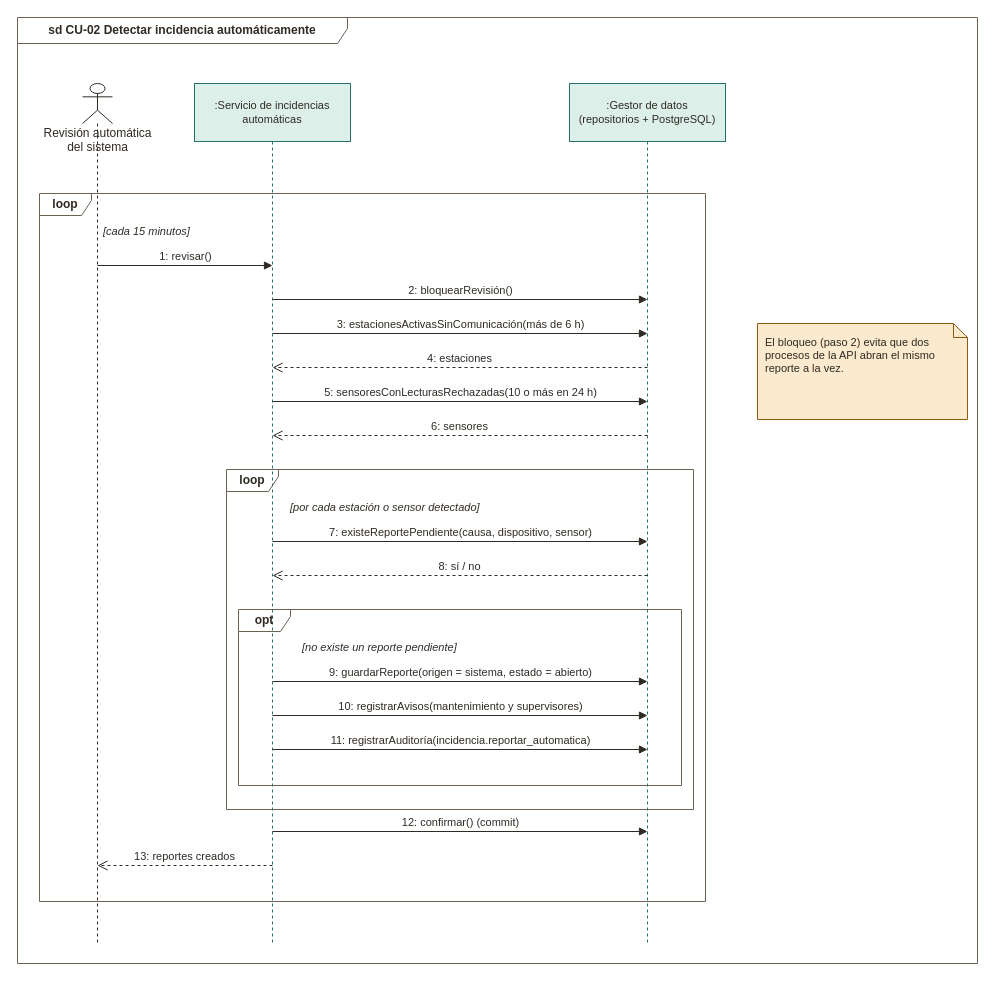
Above: page "CU-02 · Secuencia" (4 of 18) of docs/diagramas/procesos.drawio in ruper932/integrador (draw.io), before the change. Source tidied: cells renumbered, new cells numbered last; positions are measured from the earlier drawing's top-left corner, leaving out a move shared by most shapes. Both pictures are drawn from the tidied source at 100%, with x=0, y=0 at pixel (17, 17).
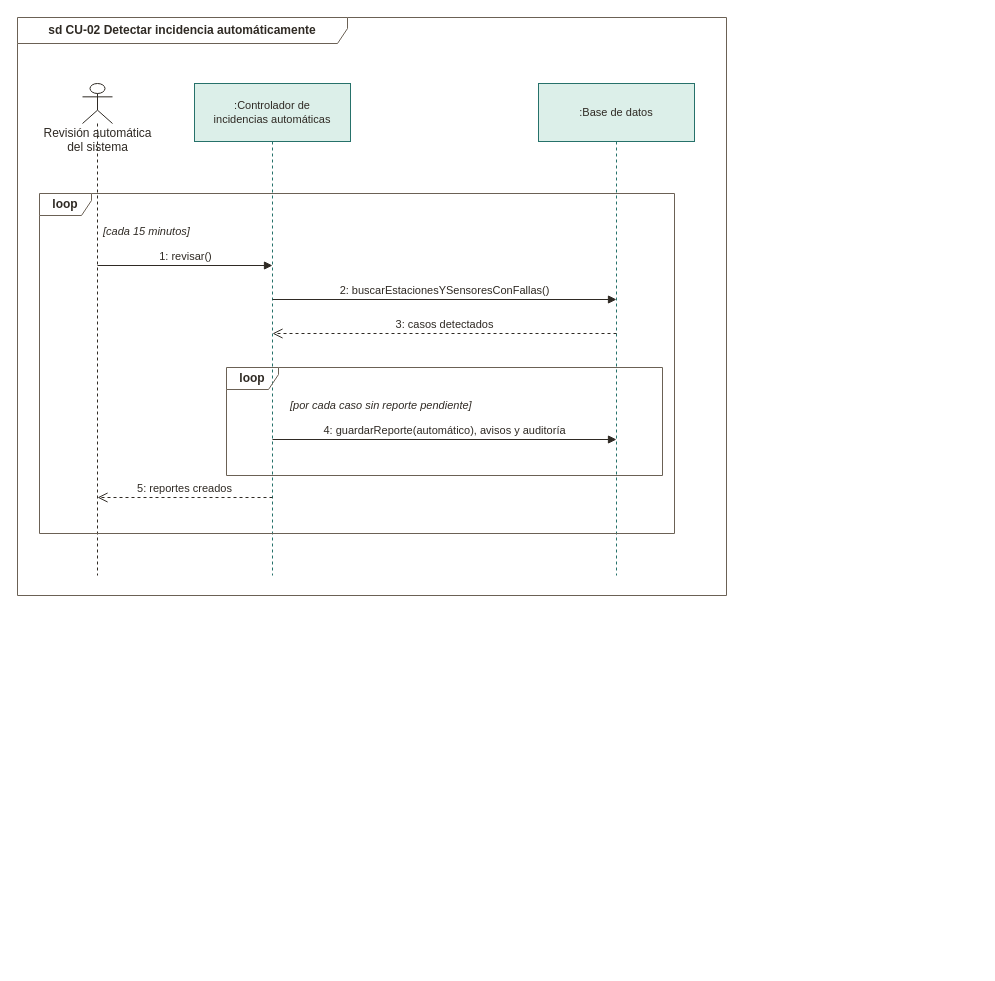
Above is the later version.

Commit message (it also covers changes not shown here):
Diagramas de secuencia resumidos: interfaz, controlador y base de datos

De 13–48 mensajes a 5–18 por diagrama; solo el error principal en cada uno.

What changed in the source:
```diff
@@
     <mxCell id="2" value="sd CU-02 Detectar incidencia automáticamente" style="shape=umlFrame;whiteSpace=wrap;html=1;width=330;height=26;strokeColor=#6b6155;fillColor=none;fontFamily=Helvetica;fontSize=12;fontColor=#2f2a24;fontStyle=1;" parent="1" vertex="1">
-      <mxGeometry width="960" height="946" as="geometry" />
+      <mxGeometry width="709" height="578" as="geometry" />
     </mxCell>
     <mxCell id="3" value="Revisión automática&lt;br&gt;del sistema" style="shape=umlLifeline;participant=umlActor;perimeter=lifelinePerimeter;html=1;verticalAlign=top;spacingTop=36;size=40;strokeColor=#2f2a24;fillColor=#ffffff;fontFamily=Helvetica;fontSize=12;fontColor=#2f2a24;" parent="1" vertex="1">
-      <mxGeometry x="65" y="66" width="30" height="860" as="geometry" />
+      <mxGeometry x="65" y="66" width="30" height="492" as="geometry" />
     </mxCell>
-    <mxCell id="4" value=":Servicio de incidencias&lt;br&gt;automáticas" style="shape=umlLifeline;perimeter=lifelinePerimeter;whiteSpace=wrap;html=1;size=58;fillColor=#dcefe9;strokeColor=#26716a;fontFamily=Helvetica;fontSize=12;fontColor=#2f2a24;fontSize=11;" parent="1" vertex="1">
-      <mxGeometry x="177" y="66" width="156" height="860" as="geometry" />
-    </mxCell>
-    <mxCell id="5" value=":Gestor de datos&lt;br&gt;(repositorios + PostgreSQL)" style="shape=umlLifeline;perimeter=lifelinePerimeter;whiteSpace=wrap;html=1;size=58;fillColor=#dcefe9;strokeColor=#26716a;fontFamily=Helvetica;fontSize=12;fontColor=#2f2a24;fontSize=11;" parent="1" vertex="1">
-      <mxGeometry x="552" y="66" width="156" height="860" as="geometry" />
-    </mxCell>
+    <mxCell id="26" value=":Controlador de&lt;br&gt;incidencias automáticas" style="shape=umlLifeline;perimeter=lifelinePerimeter;whiteSpace=wrap;html=1;size=58;fillColor=#dcefe9;strokeColor=#26716a;fontFamily=Helvetica;fontSize=12;fontColor=#2f2a24;fontSize=11;" parent="1" vertex="1">
+      <mxGeometry x="177" y="66" width="156" height="492" as="geometry" />
+    </mxCell>
+    <mxCell id="27" value=":Base de datos" style="shape=umlLifeline;perimeter=lifelinePerimeter;whiteSpace=wrap;html=1;size=58;fillColor=#dcefe9;strokeColor=#26716a;fontFamily=Helvetica;fontSize=12;fontColor=#2f2a24;fontSize=11;" parent="1" vertex="1">
+      <mxGeometry x="521" y="66" width="156" height="492" as="geometry" />
+    </mxCell>
@@
-    <mxCell id="7" value="[por cada estación o sensor detectado]" style="text;html=1;align=left;verticalAlign=middle;fontFamily=Helvetica;fontSize=12;fontColor=#2f2a24;fontSize=11;fontStyle=2;" parent="1" vertex="1">
-      <mxGeometry x="271" y="480" width="360" height="20" as="geometry" />
-    </mxCell>
-    <mxCell id="8" value="[no existe un reporte pendiente]" style="text;html=1;align=left;verticalAlign=middle;fontFamily=Helvetica;fontSize=12;fontColor=#2f2a24;fontSize=11;fontStyle=2;" parent="1" vertex="1">
-      <mxGeometry x="283" y="620" width="360" height="20" as="geometry" />
-    </mxCell>
-    <mxCell id="9" value="opt" style="shape=umlFrame;whiteSpace=wrap;html=1;width=52;height=22;fillColor=none;strokeColor=#6b6155;fontFamily=Helvetica;fontSize=12;fontColor=#2f2a24;fontStyle=1;" parent="1" vertex="1">
-      <mxGeometry x="221" y="592" width="443" height="176" as="geometry" />
-    </mxCell>
-    <mxCell id="10" value="loop" style="shape=umlFrame;whiteSpace=wrap;html=1;width=52;height=22;fillColor=none;strokeColor=#6b6155;fontFamily=Helvetica;fontSize=12;fontColor=#2f2a24;fontStyle=1;" parent="1" vertex="1">
-      <mxGeometry x="209" y="452" width="467" height="340" as="geometry" />
-    </mxCell>
-    <mxCell id="11" value="loop" style="shape=umlFrame;whiteSpace=wrap;html=1;width=52;height=22;fillColor=none;strokeColor=#6b6155;fontFamily=Helvetica;fontSize=12;fontColor=#2f2a24;fontStyle=1;" parent="1" vertex="1">
-      <mxGeometry x="22" y="176" width="666" height="708" as="geometry" />
-    </mxCell>
+    <mxCell id="28" value="[por cada caso sin reporte pendiente]" style="text;html=1;align=left;verticalAlign=middle;fontFamily=Helvetica;fontSize=12;fontColor=#2f2a24;fontSize=11;fontStyle=2;" parent="1" vertex="1">
+      <mxGeometry x="271" y="378" width="360" height="20" as="geometry" />
+    </mxCell>
+    <mxCell id="29" value="loop" style="shape=umlFrame;whiteSpace=wrap;html=1;width=52;height=22;fillColor=none;strokeColor=#6b6155;fontFamily=Helvetica;fontSize=12;fontColor=#2f2a24;fontStyle=1;" parent="1" vertex="1">
+      <mxGeometry x="209" y="350" width="436" height="108" as="geometry" />
+    </mxCell>
+    <mxCell id="30" value="loop" style="shape=umlFrame;whiteSpace=wrap;html=1;width=52;height=22;fillColor=none;strokeColor=#6b6155;fontFamily=Helvetica;fontSize=12;fontColor=#2f2a24;fontStyle=1;" parent="1" vertex="1">
+      <mxGeometry x="22" y="176" width="635" height="340" as="geometry" />
+    </mxCell>
@@
-    <mxCell id="13" value="2: bloquearRevisión()" style="html=1;verticalAlign=bottom;labelBackgroundColor=#ffffff;fontFamily=Helvetica;fontSize=12;fontColor=#2f2a24;fontSize=11;strokeColor=#2f2a24;endArrow=block;endFill=1;" parent="1" edge="1">
+    <mxCell id="13" value="2: buscarEstacionesYSensoresConFallas()" style="html=1;verticalAlign=bottom;labelBackgroundColor=#ffffff;fontFamily=Helvetica;fontSize=12;fontColor=#2f2a24;fontSize=11;strokeColor=#2f2a24;endArrow=block;endFill=1;" parent="1" edge="1">
       <mxGeometry relative="1" as="geometry">
         <mxPoint x="255" y="282" as="sourcePoint" />
-        <mxPoint x="630" y="282" as="targetPoint" />
+        <mxPoint x="599" y="282" as="targetPoint" />
       </mxGeometry>
     </mxCell>
-    <mxCell id="14" value="El bloqueo (paso 2) evita que dos procesos de la API abran el mismo reporte a la vez." style="shape=note;whiteSpace=wrap;html=1;size=14;align=left;verticalAlign=top;spacing=8;fillColor=#fbeacd;strokeColor=#8f5b12;fontFamily=Helvetica;fontSize=12;fontColor=#2f2a24;fontSize=11;" parent="1" vertex="1">
-      <mxGeometry x="740" y="306" width="210" height="96" as="geometry" />
-    </mxCell>
+    <mxCell id="31" value="3: casos detectados" style="html=1;verticalAlign=bottom;labelBackgroundColor=#ffffff;fontFamily=Helvetica;fontSize=12;fontColor=#2f2a24;fontSize=11;strokeColor=#2f2a24;endArrow=open;dashed=1;endSize=8;" parent="1" edge="1">
+      <mxGeometry relative="1" as="geometry">
+        <mxPoint x="599" y="316" as="sourcePoint" />
+        <mxPoint x="255" y="316" as="targetPoint" />
+      </mxGeometry>
+    </mxCell>
-    <mxCell id="15" value="3: estacionesActivasSinComunicación(más de 6 h)" style="html=1;verticalAlign=bottom;labelBackgroundColor=#ffffff;fontFamily=Helvetica;fontSize=12;fontColor=#2f2a24;fontSize=11;strokeColor=#2f2a24;endArrow=block;endFill=1;" parent="1" edge="1">
+    <mxCell id="15" value="4: guardarReporte(automático), avisos y auditoría" style="html=1;verticalAlign=bottom;labelBackgroundColor=#ffffff;fontFamily=Helvetica;fontSize=12;fontColor=#2f2a24;fontSize=11;strokeColor=#2f2a24;endArrow=block;endFill=1;" parent="1" edge="1">
       <mxGeometry relative="1" as="geometry">
-        <mxPoint x="255" y="316" as="sourcePoint" />
-        <mxPoint x="630" y="316" as="targetPoint" />
+        <mxPoint x="255" y="422" as="sourcePoint" />
+        <mxPoint x="599" y="422" as="targetPoint" />
       </mxGeometry>
     </mxCell>
-    <mxCell id="16" value="4: estaciones" style="html=1;verticalAlign=bottom;labelBackgroundColor=#ffffff;fontFamily=Helvetica;fontSize=12;fontColor=#2f2a24;fontSize=11;strokeColor=#2f2a24;endArrow=open;dashed=1;endSize=8;" parent="1" edge="1">
+    <mxCell id="16" value="5: reportes creados" style="html=1;verticalAlign=bottom;labelBackgroundColor=#ffffff;fontFamily=Helvetica;fontSize=12;fontColor=#2f2a24;fontSize=11;strokeColor=#2f2a24;endArrow=open;dashed=1;endSize=8;" parent="1" edge="1">
       <mxGeometry relative="1" as="geometry">
-        <mxPoint x="630" y="350" as="sourcePoint" />
-        <mxPoint x="255" y="350" as="targetPoint" />
+        <mxPoint x="255" y="480" as="sourcePoint" />
+        <mxPoint x="80" y="480" as="targetPoint" />
       </mxGeometry>
     </mxCell>
-    <mxCell id="17" value="5: sensoresConLecturasRechazadas(10 o más en 24 h)" style="html=1;verticalAlign=bottom;labelBackgroundColor=#ffffff;fontFamily=Helvetica;fontSize=12;fontColor=#2f2a24;fontSize=11;strokeColor=#2f2a24;endArrow=block;endFill=1;" parent="1" edge="1">
-      <mxGeometry relative="1" as="geometry">
-        <mxPoint x="255" y="384" as="sourcePoint" />
-        <mxPoint x="630" y="384" as="targetPoint" />
-      </mxGeometry>
-    </mxCell>
-    <mxCell id="18" value="6: sensores" style="html=1;verticalAlign=bottom;labelBackgroundColor=#ffffff;fontFamily=Helvetica;fontSize=12;fontColor=#2f2a24;fontSize=11;strokeColor=#2f2a24;endArrow=open;dashed=1;endSize=8;" parent="1" edge="1">
-      <mxGeometry relative="1" as="geometry">
-        <mxPoint x="630" y="418" as="sourcePoint" />
-        <mxPoint x="255" y="418" as="targetPoint" />
-      </mxGeometry>
-    </mxCell>
-    <mxCell id="19" value="7: existeReportePendiente(causa, dispositivo, sensor)" style="html=1;verticalAlign=bottom;labelBackgroundColor=#ffffff;fontFamily=Helvetica;fontSize=12;fontColor=#2f2a24;fontSize=11;strokeColor=#2f2a24;endArrow=block;endFill=1;" parent="1" edge="1">
-      <mxGeometry relative="1" as="geometry">
-        <mxPoint x="255" y="524" as="sourcePoint" />
-        <mxPoint x="630" y="524" as="targetPoint" />
-      </mxGeometry>
-    </mxCell>
-    <mxCell id="20" value="8: sí / no" style="html=1;verticalAlign=bottom;labelBackgroundColor=#ffffff;fontFamily=Helvetica;fontSize=12;fontColor=#2f2a24;fontSize=11;strokeColor=#2f2a24;endArrow=open;dashed=1;endSize=8;" parent="1" edge="1">
-      <mxGeometry relative="1" as="geometry">
-        <mxPoint x="630" y="558" as="sourcePoint" />
-        <mxPoint x="255" y="558" as="targetPoint" />
-      </mxGeometry>
-    </mxCell>
-    <mxCell id="21" value="9: guardarReporte(origen = sistema, estado = abierto)" style="html=1;verticalAlign=bottom;labelBackgroundColor=#ffffff;fontFamily=Helvetica;fontSize=12;fontColor=#2f2a24;fontSize=11;strokeColor=#2f2a24;endArrow=block;endFill=1;" parent="1" edge="1">
-      <mxGeometry relative="1" as="geometry">
-        <mxPoint x="255" y="664" as="sourcePoint" />
-        <mxPoint x="630" y="664" as="targetPoint" />
-      </mxGeometry>
-    </mxCell>
-    <mxCell id="22" value="10: registrarAvisos(mantenimiento y supervisores)" style="html=1;verticalAlign=bottom;labelBackgroundColor=#ffffff;fontFamily=Helvetica;fontSize=12;fontColor=#2f2a24;fontSize=11;strokeColor=#2f2a24;endArrow=block;endFill=1;" parent="1" edge="1">
-      <mxGeometry relative="1" as="geometry">
-        <mxPoint x="255" y="698" as="sourcePoint" />
-        <mxPoint x="630" y="698" as="targetPoint" />
-      </mxGeometry>
-    </mxCell>
-    <mxCell id="23" value="11: registrarAuditoría(incidencia.reportar_automatica)" style="html=1;verticalAlign=bottom;labelBackgroundColor=#ffffff;fontFamily=Helvetica;fontSize=12;fontColor=#2f2a24;fontSize=11;strokeColor=#2f2a24;endArrow=block;endFill=1;" parent="1" edge="1">
-      <mxGeometry relative="1" as="geometry">
-        <mxPoint x="255" y="732" as="sourcePoint" />
-        <mxPoint x="630" y="732" as="targetPoint" />
-      </mxGeometry>
-    </mxCell>
-    <mxCell id="24" value="12: confirmar() (commit)" style="html=1;verticalAlign=bottom;labelBackgroundColor=#ffffff;fontFamily=Helvetica;fontSize=12;fontColor=#2f2a24;fontSize=11;strokeColor=#2f2a24;endArrow=block;endFill=1;" parent="1" edge="1">
-      <mxGeometry relative="1" as="geometry">
-        <mxPoint x="255" y="814" as="sourcePoint" />
-        <mxPoint x="630" y="814" as="targetPoint" />
-      </mxGeometry>
-    </mxCell>
-    <mxCell id="25" value="13: reportes creados" style="html=1;verticalAlign=bottom;labelBackgroundColor=#ffffff;fontFamily=Helvetica;fontSize=12;fontColor=#2f2a24;fontSize=11;strokeColor=#2f2a24;endArrow=open;dashed=1;endSize=8;" parent="1" edge="1">
-      <mxGeometry relative="1" as="geometry">
-        <mxPoint x="255" y="848" as="sourcePoint" />
-        <mxPoint x="80" y="848" as="targetPoint" />
-      </mxGeometry>
-    </mxCell>
```
